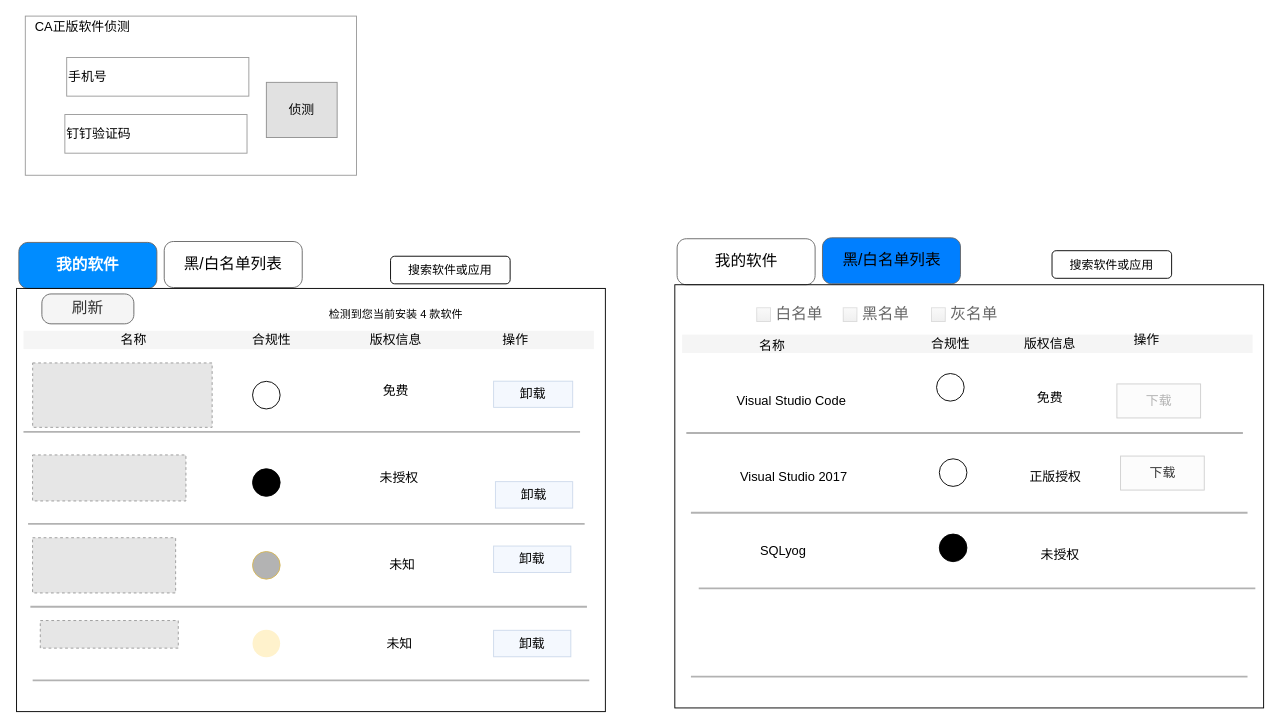
The draw.io diagram page "客户端v2" (4 of 5) of 正版软件管理.drawio in mashifei/uml, before the edit. Source tidied: cells renumbered, new cells numbered last; positions are measured from the earlier drawing's top-left corner, leaving out a move shared by most shapes. Both pictures are drawn from the tidied source at 92%, with x=0, y=0 at pixel (17, 16). Pictures stored in the file or linked from it are replaced by grey dashed boxes.
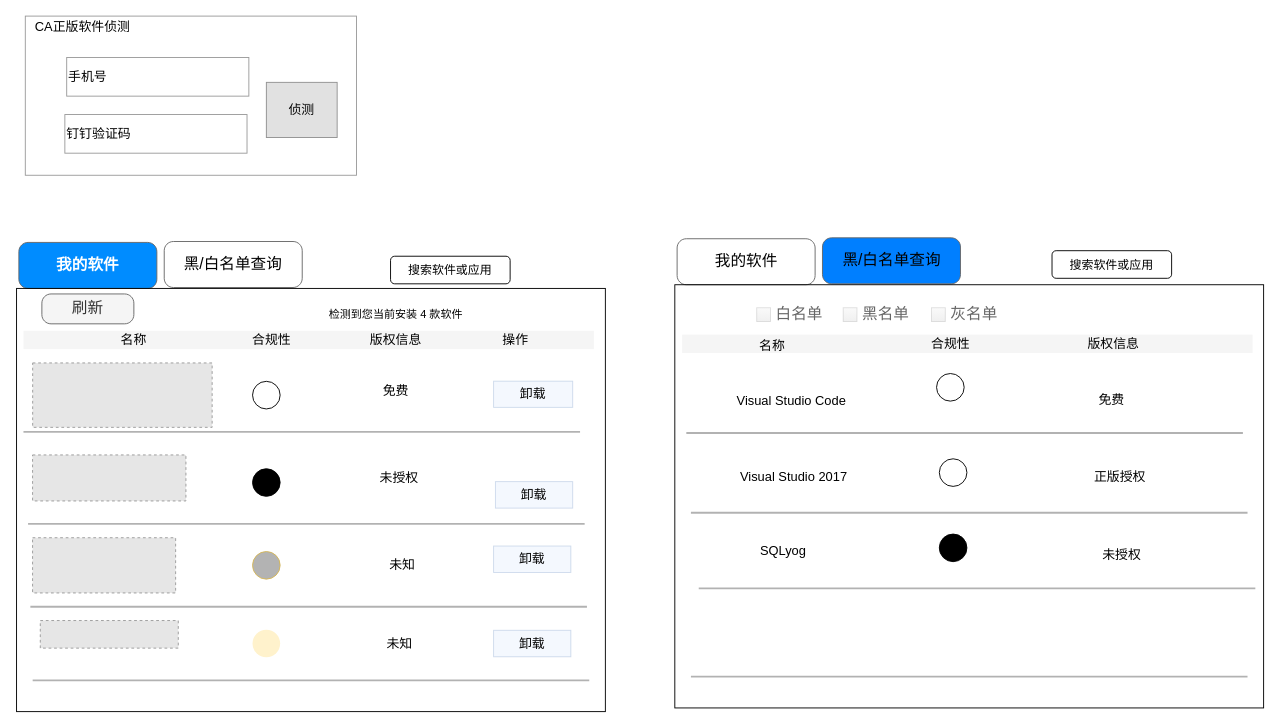
Above is the later version.

Diff of the diagram source:
```diff
@@
-    <mxCell id="3" value="&lt;span style=&quot;color: rgb(0 , 0 , 0)&quot;&gt;黑/白名单列表&lt;/span&gt;" style="strokeWidth=1;shadow=0;dashed=0;align=center;html=1;shape=mxgraph.mockup.buttons.button;strokeColor=#666666;fontColor=#ffffff;mainText=;buttonStyle=round;fontSize=17;fontStyle=0;whiteSpace=wrap;fillColor=none;" parent="1" vertex="1">
+    <mxCell id="3" value="&lt;span style=&quot;color: rgb(0 , 0 , 0)&quot;&gt;黑/白名单查询&lt;/span&gt;" style="strokeWidth=1;shadow=0;dashed=0;align=center;html=1;shape=mxgraph.mockup.buttons.button;strokeColor=#666666;fontColor=#ffffff;mainText=;buttonStyle=round;fontSize=17;fontStyle=0;whiteSpace=wrap;fillColor=none;" parent="1" vertex="1">
       <mxGeometry x="160" y="245" width="150" height="50" as="geometry" />
     </mxCell>
@@
-    <mxCell id="32" value="&lt;font color=&quot;#000000&quot;&gt;黑/白名单列表&lt;/font&gt;" style="strokeWidth=1;shadow=0;dashed=0;align=center;html=1;shape=mxgraph.mockup.buttons.button;strokeColor=#666666;fontColor=#ffffff;mainText=;buttonStyle=round;fontSize=17;fontStyle=0;whiteSpace=wrap;fillColor=#007FFF;" parent="1" vertex="1">
+    <mxCell id="32" value="&lt;font color=&quot;#000000&quot;&gt;黑/白名单查询&lt;/font&gt;" style="strokeWidth=1;shadow=0;dashed=0;align=center;html=1;shape=mxgraph.mockup.buttons.button;strokeColor=#666666;fontColor=#ffffff;mainText=;buttonStyle=round;fontSize=17;fontStyle=0;whiteSpace=wrap;fillColor=#007FFF;" parent="1" vertex="1">
       <mxGeometry x="875.5" y="241" width="150" height="50" as="geometry" />
     </mxCell>
@@
-    <mxCell id="38" value="操作" style="text;html=1;strokeColor=none;fillColor=none;align=center;verticalAlign=middle;whiteSpace=wrap;rounded=0;shadow=0;sketch=0;fontSize=14;" parent="1" vertex="1">
-      <mxGeometry x="1143" y="342" width="170" height="20" as="geometry" />
-    </mxCell>
@@
     <mxCell id="40" value="版权信息" style="text;html=1;strokeColor=none;fillColor=none;align=center;verticalAlign=middle;whiteSpace=wrap;rounded=0;shadow=0;sketch=0;fontSize=14;" parent="1" vertex="1">
-      <mxGeometry x="1038" y="346" width="170" height="20" as="geometry" />
+      <mxGeometry x="1107" y="346.2" width="170" height="20" as="geometry" />
     </mxCell>
     <mxCell id="41" value="免费" style="text;html=1;strokeColor=none;fillColor=none;align=center;verticalAlign=middle;whiteSpace=wrap;rounded=0;shadow=0;sketch=0;fontSize=14;opacity=30;" parent="1" vertex="1">
-      <mxGeometry x="1103" y="405.2" width="40" height="20" as="geometry" />
+      <mxGeometry x="1170" y="407" width="40" height="20" as="geometry" />
     </mxCell>
     <mxCell id="42" value="正版授权" style="text;html=1;strokeColor=none;fillColor=none;align=center;verticalAlign=middle;whiteSpace=wrap;rounded=0;shadow=0;sketch=0;fontSize=14;opacity=30;" parent="1" vertex="1">
-      <mxGeometry x="1097.5" y="491.2" width="62" height="20" as="geometry" />
+      <mxGeometry x="1168" y="491.2" width="62" height="20" as="geometry" />
     </mxCell>
@@
-    <mxCell id="44" value="&lt;font color=&quot;#b3b3b3&quot;&gt;下载&lt;/font&gt;" style="rounded=0;whiteSpace=wrap;html=1;shadow=0;sketch=0;fillColor=#f5f5f5;fontSize=14;opacity=30;strokeColor=#666666;fontColor=#333333;" parent="1" vertex="1">
-      <mxGeometry x="1195.5" y="399.8" width="91" height="37" as="geometry" />
-    </mxCell>
-    <mxCell id="45" value="下载" style="rounded=0;whiteSpace=wrap;html=1;shadow=0;sketch=0;fillColor=#f5f5f5;fontSize=14;opacity=30;strokeColor=#666666;fontColor=#333333;" parent="1" vertex="1">
-      <mxGeometry x="1199.5" y="478.2" width="91" height="37" as="geometry" />
-    </mxCell>
@@
     <mxCell id="57" value="未授权" style="text;html=1;strokeColor=none;fillColor=none;align=center;verticalAlign=middle;whiteSpace=wrap;rounded=0;shadow=0;sketch=0;fontSize=14;opacity=30;" parent="1" vertex="1">
-      <mxGeometry x="1103" y="576" width="62" height="20" as="geometry" />
+      <mxGeometry x="1170" y="576" width="62" height="20" as="geometry" />
     </mxCell>
```
